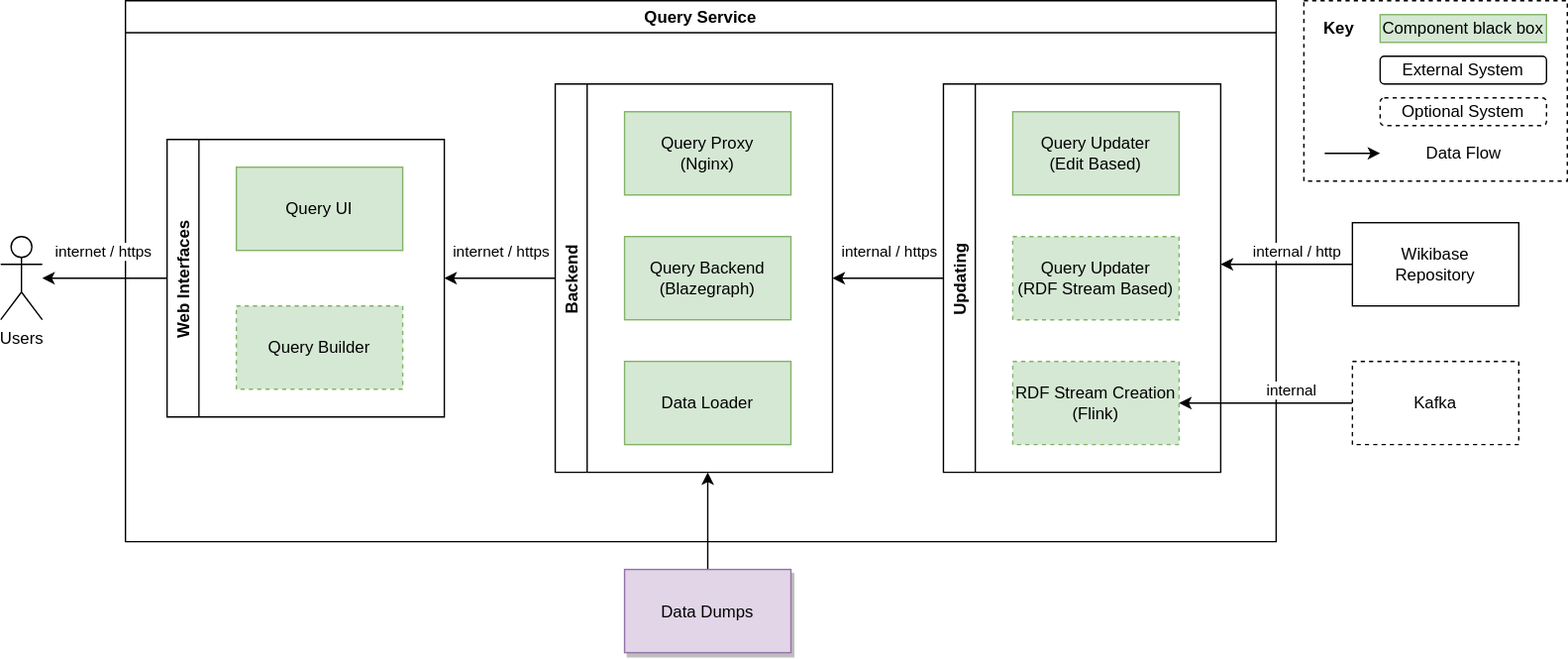
Earlier version of the draw.io export systems/Query/diagrams/03-technical-context.drawio.svg (wmde/wikidata-wikibase-architecture). Source tidied: cells renumbered, new cells last; positions are measured from the earlier drawing's top-left corner, leaving out a move shared by most shapes.
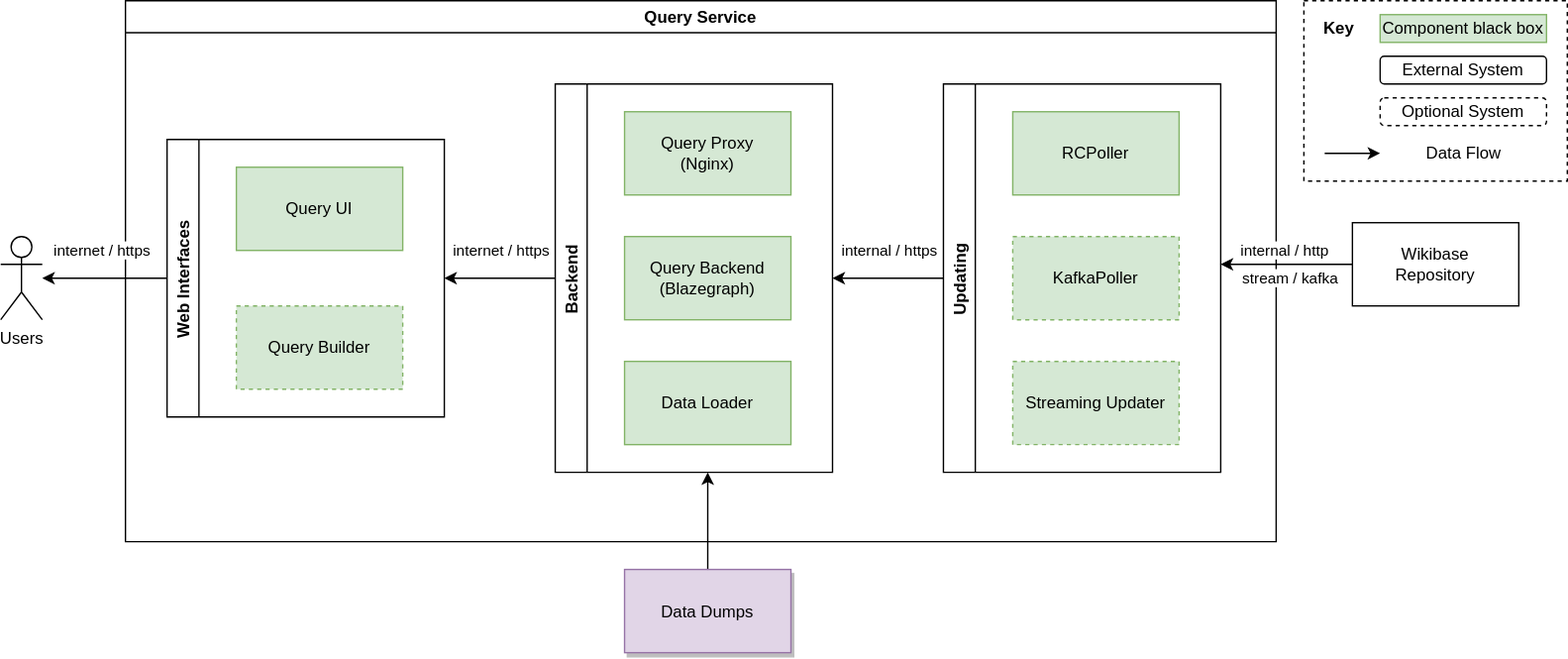
Later version of the same file.

Commit message:
Change terminology and mainly remove kafka

The edit, as a diff of the source:
```diff
@@ -29,13 +29,13 @@
     <mxCell id="10" value="Updating" style="swimlane;horizontal=0;" parent="6" vertex="1">
       <mxGeometry x="590" y="60" width="200" height="280" as="geometry" />
     </mxCell>
-    <mxCell id="11" value="Query Updater&lt;br&gt;(RDF Stream Based)" style="rounded=0;whiteSpace=wrap;html=1;fillColor=#d5e8d4;strokeColor=#82b366;dashed=1;" parent="10" vertex="1">
+    <mxCell id="11" value="KafkaPoller" style="rounded=0;whiteSpace=wrap;html=1;fillColor=#d5e8d4;strokeColor=#82b366;dashed=1;" parent="10" vertex="1">
       <mxGeometry x="50" y="110" width="120" height="60" as="geometry" />
     </mxCell>
-    <mxCell id="12" value="Query Updater&lt;br&gt;(Edit Based)" style="rounded=0;whiteSpace=wrap;html=1;fillColor=#d5e8d4;strokeColor=#82b366;" parent="10" vertex="1">
+    <mxCell id="12" value="RCPoller" style="rounded=0;whiteSpace=wrap;html=1;fillColor=#d5e8d4;strokeColor=#82b366;" parent="10" vertex="1">
       <mxGeometry x="50" y="20" width="120" height="60" as="geometry" />
     </mxCell>
-    <mxCell id="13" value="RDF Stream Creation (Flink)" style="rounded=0;whiteSpace=wrap;html=1;fillColor=#d5e8d4;strokeColor=#82b366;dashed=1;" parent="10" vertex="1">
+    <mxCell id="13" value="Streaming Updater" style="rounded=0;whiteSpace=wrap;html=1;fillColor=#d5e8d4;strokeColor=#82b366;dashed=1;" parent="10" vertex="1">
       <mxGeometry x="50" y="200" width="120" height="60" as="geometry" />
     </mxCell>
     <mxCell id="14" value="Query Proxy&lt;br&gt;(Nginx)" style="rounded=0;whiteSpace=wrap;html=1;fillColor=#d5e8d4;strokeColor=#82b366;" parent="6" vertex="1">
@@ -73,9 +73,14 @@
     </mxCell>
     <mxCell id="23" value="internal / http" style="edgeLabel;html=1;align=center;verticalAlign=middle;" parent="22" vertex="1">
       <mxGeometry x="-0.24" y="1" relative="1" as="geometry">
-        <mxPoint x="-4" y="-11" as="offset" />
+        <mxPoint x="-14" y="-11" as="offset" />
       </mxGeometry>
     </mxCell>
+    <mxCell id="36" value="stream / kafka" style="edgeLabel;html=1;align=center;verticalAlign=middle;" parent="22" vertex="1">
+      <mxGeometry x="-0.72" y="4" relative="1" as="geometry">
+        <mxPoint x="-32" y="6" as="offset" />
+      </mxGeometry>
+    </mxCell>
     <mxCell id="24" value="Wikibase&lt;br&gt;Repository" style="rounded=0;whiteSpace=wrap;html=1;" parent="1" vertex="1">
       <mxGeometry x="975" y="160" width="120" height="60" as="geometry" />
     </mxCell>
@@ -93,17 +98,6 @@
         <mxPoint x="-7" y="30" as="offset" />
       </mxGeometry>
     </mxCell>
-    <mxCell id="29" style="edgeStyle=orthogonalEdgeStyle;rounded=0;jettySize=auto;html=1;entryX=1;entryY=0.5;entryDx=0;entryDy=0;startArrow=none;startFill=0;endArrow=classic;endFill=1;" parent="1" edge="1" source="31" target="13">
-      <mxGeometry relative="1" as="geometry" />
-    </mxCell>
-    <mxCell id="30" value="internal" style="edgeLabel;html=1;align=center;verticalAlign=middle;" parent="29" vertex="1">
-      <mxGeometry x="0.25" y="-1" relative="1" as="geometry">
-        <mxPoint x="33" y="-9" as="offset" />
-      </mxGeometry>
-    </mxCell>
-    <mxCell id="31" value="Kafka" style="rounded=0;whiteSpace=wrap;html=1;dashed=1;" parent="1" vertex="1">
-      <mxGeometry x="975" y="260" width="120" height="60" as="geometry" />
-    </mxCell>
     <mxCell id="32" style="endArrow=classic;html=1;" parent="1" edge="1">
       <mxGeometry relative="1" as="geometry">
         <mxPoint x="955" y="110" as="sourcePoint" />
```
